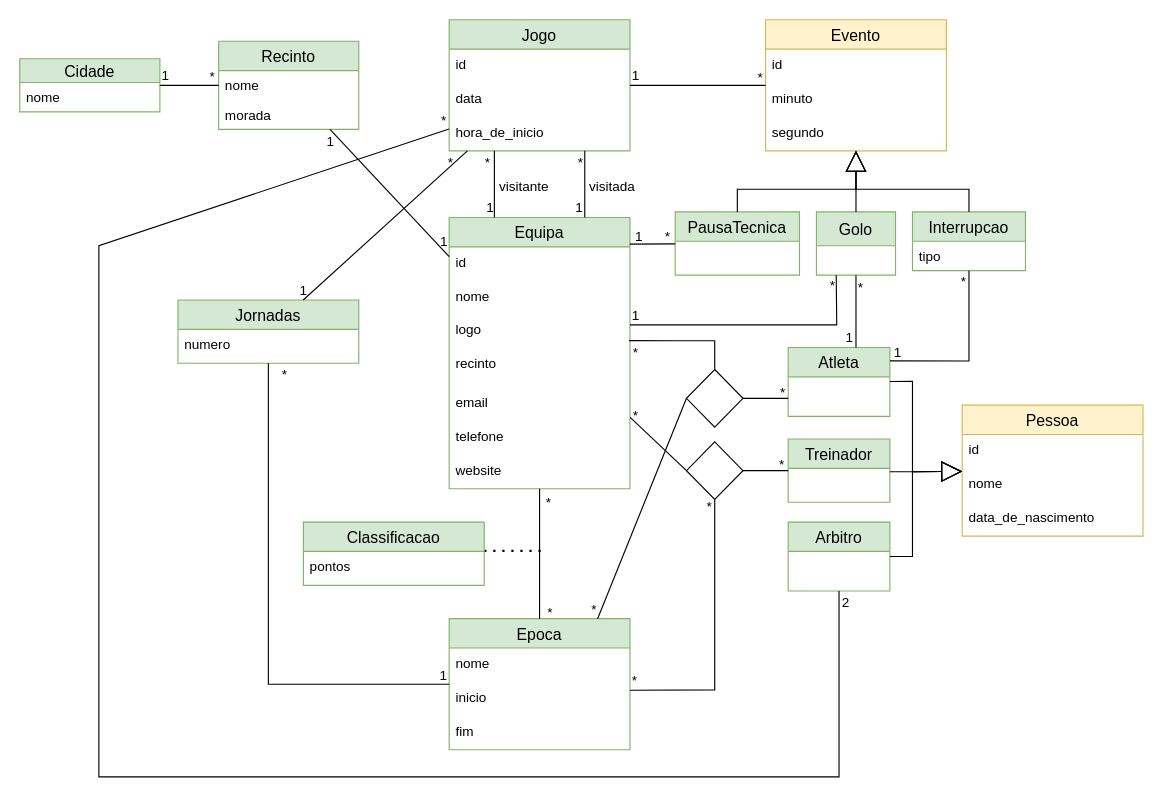
thePeras/BD_Handball_Database keeps this draw.io diagram as schema/Andebol_UML.drawio. Above is the earlier version. Source tidied: cells renumbered, new cells numbered last; positions are measured from the earlier drawing's top-left corner, leaving out a move shared by most shapes. Both pictures are drawn from the tidied source at 113%, with x=0, y=0 at pixel (19, 19).
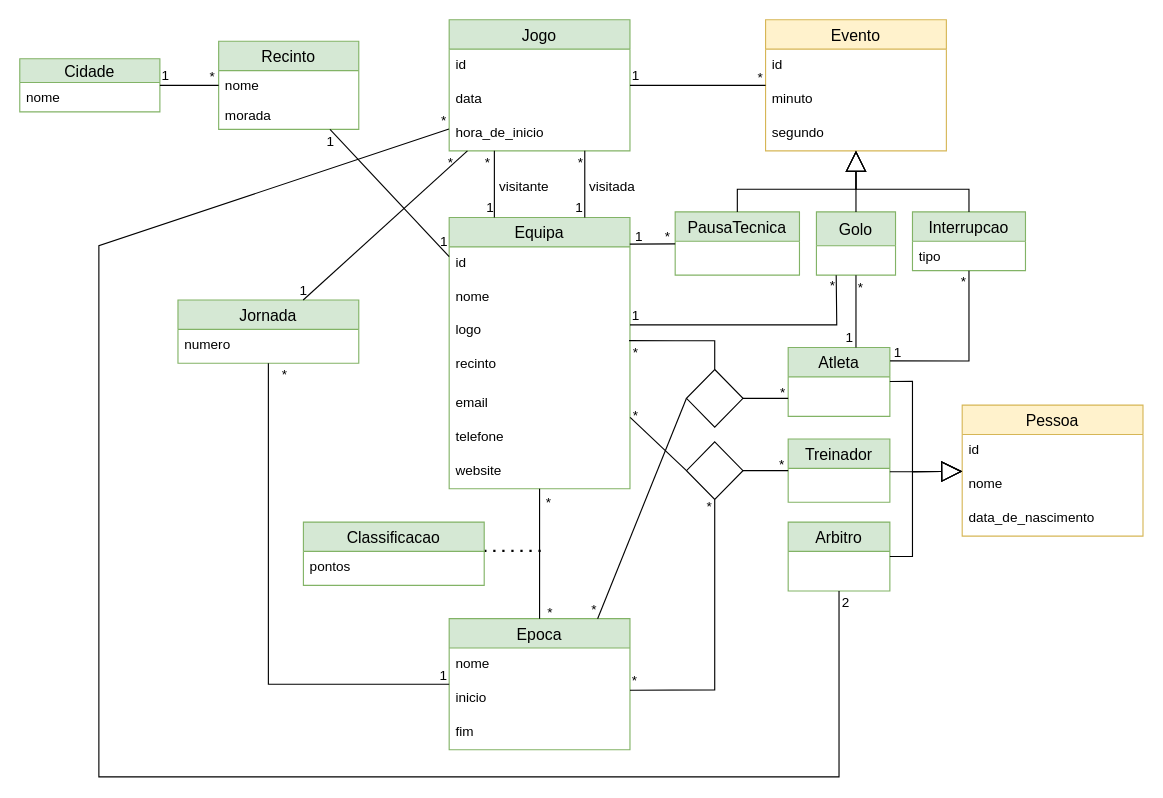
The same page after the edit.

Change to the diagram source:
```diff
@@
-    <mxCell id="2" value="Jornadas" style="swimlane;fontStyle=0;horizontal=1;startSize=26;align=center;fontSize=14;fillColor=#d5e8d4;strokeColor=#82b366;" parent="1" vertex="1">
+    <mxCell id="2" value="Jornada" style="swimlane;fontStyle=0;horizontal=1;startSize=26;align=center;fontSize=14;fillColor=#d5e8d4;strokeColor=#82b366;" parent="1" vertex="1">
       <mxGeometry x="140" y="248" width="160" height="56" as="geometry" />
     </mxCell>
```
